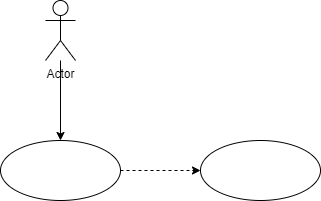
Above: UC_all.png in bachtran2000/diagram-UC-website (draw.io), before the change. Source tidied: cells renumbered, new cells last; positions are measured from the earlier drawing's top-left corner, leaving out a move shared by most shapes.
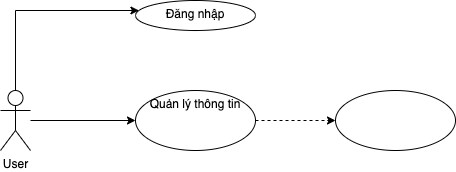
After the change.

Diff of the diagram source:
```diff
@@ -5,17 +5,27 @@
     <mxCell id="2" style="edgeStyle=orthogonalEdgeStyle;rounded=0;jettySize=auto;html=1;" parent="1" edge="1" source="3" target="5">
       <mxGeometry relative="1" as="geometry" />
     </mxCell>
+    <mxCell id="7" style="edgeStyle=orthogonalEdgeStyle;rounded=0;jettySize=auto;html=1;" parent="1" edge="1" source="3" target="8">
+      <mxGeometry relative="1" as="geometry">
+        <Array as="points">
+          <mxPoint x="-120" y="60" />
+        </Array>
+      </mxGeometry>
+    </mxCell>
-    <mxCell id="3" value="Actor" style="shape=umlActor;verticalLabelPosition=bottom;verticalAlign=top;html=1;" parent="1" vertex="1">
-      <mxGeometry x="45" width="30" height="60" as="geometry" />
+    <mxCell id="3" value="User" style="shape=umlActor;verticalLabelPosition=bottom;verticalAlign=top;html=1;" parent="1" vertex="1">
+      <mxGeometry x="-135" y="140" width="30" height="60" as="geometry" />
     </mxCell>
     <mxCell id="4" style="edgeStyle=orthogonalEdgeStyle;rounded=0;jettySize=auto;html=1;dashed=1;" parent="1" edge="1" source="5" target="6">
       <mxGeometry relative="1" as="geometry" />
     </mxCell>
-    <mxCell id="5" style="ellipse;whiteSpace=wrap;html=1;verticalAlign=top;" parent="1" vertex="1">
+    <mxCell id="5" value="Quản lý thông tin" style="ellipse;whiteSpace=wrap;html=1;verticalAlign=top;" parent="1" vertex="1">
       <mxGeometry y="140" width="120" height="60" as="geometry" />
     </mxCell>
     <mxCell id="6" style="ellipse;whiteSpace=wrap;html=1;verticalAlign=top;" parent="1" vertex="1">
       <mxGeometry x="200" y="140" width="120" height="60" as="geometry" />
     </mxCell>
+    <mxCell id="8" value="Đăng nhập" style="ellipse;whiteSpace=wrap;html=1;verticalAlign=top;" parent="1" vertex="1">
+      <mxGeometry y="50" width="120" height="30" as="geometry" />
+    </mxCell>
   </root>
 </mxGraphModel>
```
